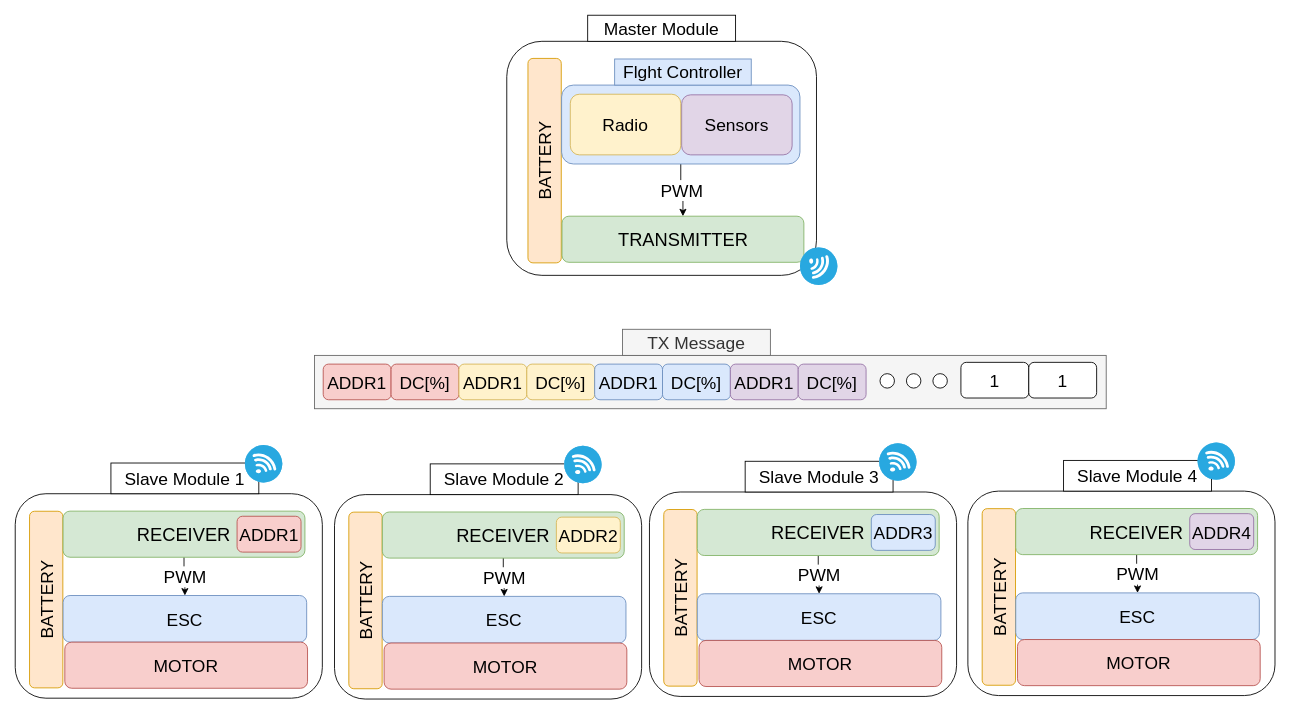
Before: images/system_concept.drawio in paolofuria99/modular-drone, a draw.io diagram. Source tidied: cells renumbered, new cells numbered last; positions are measured from the earlier drawing's top-left corner, leaving out a move shared by most shapes. Both pictures are drawn from the tidied source at 87%, with x=0, y=0 at pixel (-43, 15).
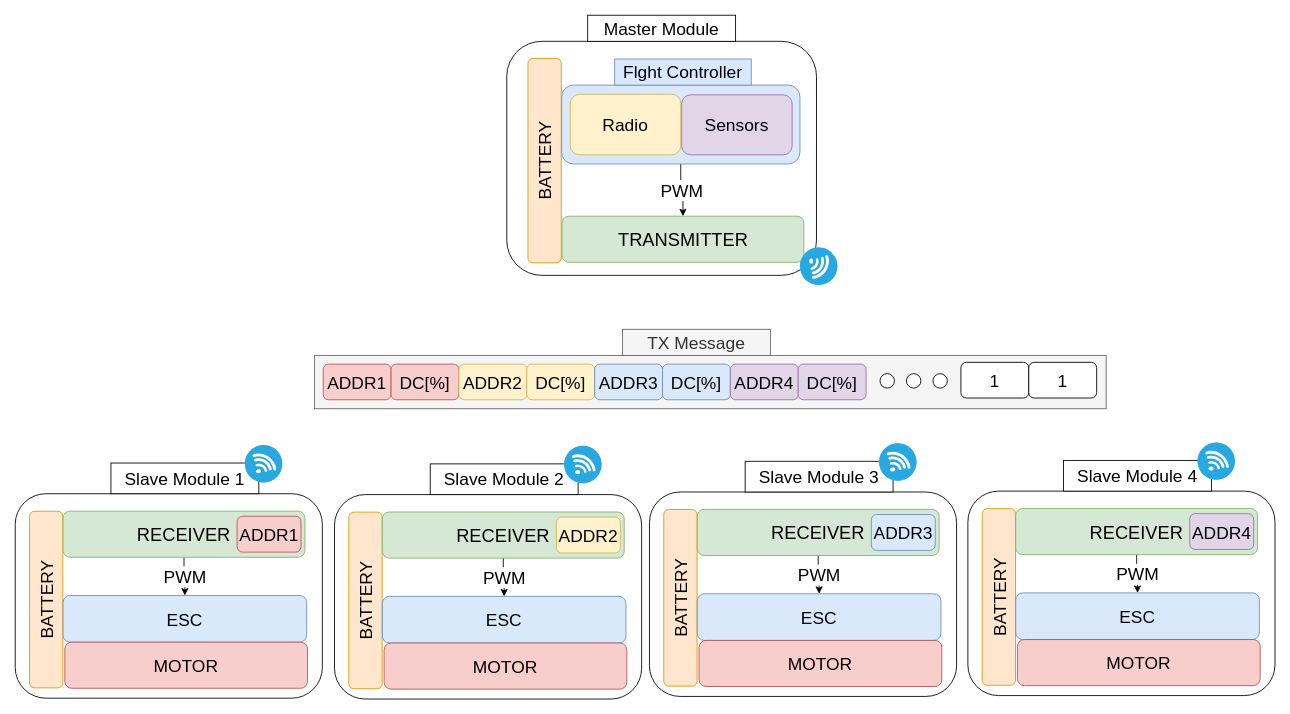
Above is the later version.

Unchanged cells that the change refers to:
```xml
<mxCell id="53" style="group;" parent="1" vertex="1">
  <mxGeometry x="410" y="361" width="910" height="91.3" as="geometry" />
</mxCell>
```

The edit, as a diff of the source:
```diff
@@
-    <mxCell id="58" value="&lt;font style=&quot;font-size: 20px;&quot;&gt;ADDR1&lt;/font&gt;" style="rounded=1;whiteSpace=wrap;html=1;fillColor=#fff2cc;strokeColor=#d6b656;" parent="53" vertex="1">
+    <mxCell id="58" value="&lt;font style=&quot;font-size: 20px;&quot;&gt;ADDR2&lt;/font&gt;" style="rounded=1;whiteSpace=wrap;html=1;fillColor=#fff2cc;strokeColor=#d6b656;" parent="53" vertex="1">
       <mxGeometry x="166" y="40" width="78" height="41" as="geometry" />
     </mxCell>
@@
-    <mxCell id="60" value="&lt;font style=&quot;font-size: 20px;&quot;&gt;ADDR1&lt;/font&gt;" style="rounded=1;whiteSpace=wrap;html=1;fillColor=#dae8fc;strokeColor=#6c8ebf;" parent="53" vertex="1">
+    <mxCell id="60" value="&lt;font style=&quot;font-size: 20px;&quot;&gt;ADDR3&lt;/font&gt;" style="rounded=1;whiteSpace=wrap;html=1;fillColor=#dae8fc;strokeColor=#6c8ebf;" parent="53" vertex="1">
       <mxGeometry x="322" y="40" width="78" height="41" as="geometry" />
     </mxCell>
@@
-    <mxCell id="62" value="&lt;font style=&quot;font-size: 20px;&quot;&gt;ADDR1&lt;/font&gt;" style="rounded=1;whiteSpace=wrap;html=1;fillColor=#e1d5e7;strokeColor=#9673a6;" parent="53" vertex="1">
+    <mxCell id="62" value="&lt;font style=&quot;font-size: 20px;&quot;&gt;ADDR4&lt;/font&gt;" style="rounded=1;whiteSpace=wrap;html=1;fillColor=#e1d5e7;strokeColor=#9673a6;" parent="53" vertex="1">
       <mxGeometry x="478" y="40" width="78" height="41" as="geometry" />
     </mxCell>
```
